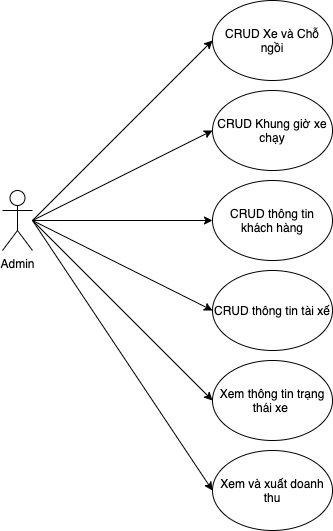
Above: uet_thesis/driver_usecase.png in EagleVee/flowchart (draw.io), before the change. Source tidied: cells renumbered, new cells last; positions are measured from the earlier drawing's top-left corner, leaving out a move shared by most shapes. Its diagram source:
```xml
<mxGraphModel>
  <root>
    <mxCell id="0" />
    <mxCell id="1" parent="0" />
    <mxCell id="2" value="Admin" style="shape=umlActor;verticalLabelPosition=bottom;verticalAlign=top;html=1;" parent="1" vertex="1">
      <mxGeometry y="190" width="30" height="60" as="geometry" />
    </mxCell>
    <mxCell id="3" value="CRUD Xe và Chỗ ngồi" style="ellipse;whiteSpace=wrap;html=1;" parent="1" vertex="1">
      <mxGeometry x="210" width="120" height="80" as="geometry" />
    </mxCell>
    <mxCell id="4" value="CRUD Khung giờ xe chạy" style="ellipse;whiteSpace=wrap;html=1;" parent="1" vertex="1">
      <mxGeometry x="210" y="90" width="120" height="80" as="geometry" />
    </mxCell>
    <mxCell id="5" value="CRUD thông tin khách hàng" style="ellipse;whiteSpace=wrap;html=1;" parent="1" vertex="1">
      <mxGeometry x="210" y="180" width="120" height="80" as="geometry" />
    </mxCell>
    <mxCell id="6" style="endArrow=classic;html=1;entryX=0;entryY=0.5;entryDx=0;entryDy=0;" parent="1" edge="1" target="3">
      <mxGeometry relative="1" as="geometry">
        <mxPoint x="30" y="220" as="sourcePoint" />
      </mxGeometry>
    </mxCell>
    <mxCell id="7" style="endArrow=classic;html=1;entryX=0;entryY=0.5;entryDx=0;entryDy=0;" parent="1" edge="1" target="4">
      <mxGeometry relative="1" as="geometry">
        <mxPoint x="30" y="220" as="sourcePoint" />
      </mxGeometry>
    </mxCell>
    <mxCell id="8" style="endArrow=classic;html=1;entryX=0;entryY=0.5;entryDx=0;entryDy=0;" parent="1" edge="1" target="5">
      <mxGeometry relative="1" as="geometry">
        <mxPoint x="30" y="220" as="sourcePoint" />
      </mxGeometry>
    </mxCell>
    <mxCell id="9" value="CRUD thông tin tài xế" style="ellipse;whiteSpace=wrap;html=1;" parent="1" vertex="1">
      <mxGeometry x="210" y="270" width="120" height="80" as="geometry" />
    </mxCell>
    <mxCell id="10" style="endArrow=classic;html=1;entryX=0;entryY=0.5;entryDx=0;entryDy=0;" parent="1" edge="1" target="9">
      <mxGeometry relative="1" as="geometry">
        <mxPoint x="30" y="220" as="sourcePoint" />
      </mxGeometry>
    </mxCell>
    <mxCell id="11" value="Xem thông tin trạng thái xe&amp;nbsp;" style="ellipse;whiteSpace=wrap;html=1;" parent="1" vertex="1">
      <mxGeometry x="210" y="360" width="120" height="80" as="geometry" />
    </mxCell>
    <mxCell id="12" style="endArrow=classic;html=1;entryX=0;entryY=0.5;entryDx=0;entryDy=0;" parent="1" edge="1" target="11">
      <mxGeometry relative="1" as="geometry">
        <mxPoint x="30" y="220" as="sourcePoint" />
      </mxGeometry>
    </mxCell>
    <mxCell id="13" value="Xem và xuất doanh thu" style="ellipse;whiteSpace=wrap;html=1;" parent="1" vertex="1">
      <mxGeometry x="210" y="450" width="120" height="80" as="geometry" />
    </mxCell>
    <mxCell id="14" style="endArrow=classic;html=1;entryX=0;entryY=0.5;entryDx=0;entryDy=0;" parent="1" edge="1" target="13">
      <mxGeometry relative="1" as="geometry">
        <mxPoint x="30" y="220" as="sourcePoint" />
      </mxGeometry>
    </mxCell>
  </root>
</mxGraphModel>
```
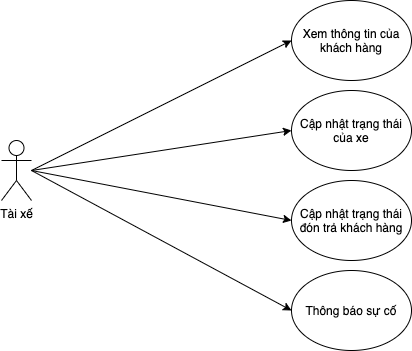
The same file after the commit.

Change to the diagram source:
```diff
@@ -2,56 +2,40 @@
   <root>
     <mxCell id="0" />
     <mxCell id="1" parent="0" />
-    <mxCell id="2" value="Admin" style="shape=umlActor;verticalLabelPosition=bottom;verticalAlign=top;html=1;" parent="1" vertex="1">
-      <mxGeometry y="190" width="30" height="60" as="geometry" />
+    <mxCell id="2" value="Tài xế" style="shape=umlActor;verticalLabelPosition=bottom;verticalAlign=top;html=1;" parent="1" vertex="1">
+      <mxGeometry x="-80" y="140" width="30" height="60" as="geometry" />
     </mxCell>
-    <mxCell id="3" value="CRUD Xe và Chỗ ngồi" style="ellipse;whiteSpace=wrap;html=1;" parent="1" vertex="1">
+    <mxCell id="3" value="Xem thông tin của khách hàng" style="ellipse;whiteSpace=wrap;html=1;" parent="1" vertex="1">
       <mxGeometry x="210" width="120" height="80" as="geometry" />
     </mxCell>
-    <mxCell id="4" value="CRUD Khung giờ xe chạy" style="ellipse;whiteSpace=wrap;html=1;" parent="1" vertex="1">
+    <mxCell id="4" value="Cập nhật trạng thái của xe" style="ellipse;whiteSpace=wrap;html=1;" parent="1" vertex="1">
       <mxGeometry x="210" y="90" width="120" height="80" as="geometry" />
     </mxCell>
-    <mxCell id="5" value="CRUD thông tin khách hàng" style="ellipse;whiteSpace=wrap;html=1;" parent="1" vertex="1">
+    <mxCell id="5" value="Cập nhật trạng thái đón trả khách hàng" style="ellipse;whiteSpace=wrap;html=1;" parent="1" vertex="1">
       <mxGeometry x="210" y="180" width="120" height="80" as="geometry" />
     </mxCell>
     <mxCell id="6" style="endArrow=classic;html=1;entryX=0;entryY=0.5;entryDx=0;entryDy=0;" parent="1" edge="1" target="3">
       <mxGeometry relative="1" as="geometry">
-        <mxPoint x="30" y="220" as="sourcePoint" />
+        <mxPoint x="-50" y="170" as="sourcePoint" />
       </mxGeometry>
     </mxCell>
     <mxCell id="7" style="endArrow=classic;html=1;entryX=0;entryY=0.5;entryDx=0;entryDy=0;" parent="1" edge="1" target="4">
       <mxGeometry relative="1" as="geometry">
-        <mxPoint x="30" y="220" as="sourcePoint" />
+        <mxPoint x="-50" y="170" as="sourcePoint" />
       </mxGeometry>
     </mxCell>
     <mxCell id="8" style="endArrow=classic;html=1;entryX=0;entryY=0.5;entryDx=0;entryDy=0;" parent="1" edge="1" target="5">
       <mxGeometry relative="1" as="geometry">
-        <mxPoint x="30" y="220" as="sourcePoint" />
+        <mxPoint x="-50" y="170" as="sourcePoint" />
       </mxGeometry>
     </mxCell>
-    <mxCell id="9" value="CRUD thông tin tài xế" style="ellipse;whiteSpace=wrap;html=1;" parent="1" vertex="1">
+    <mxCell id="9" value="Thông báo sự cố" style="ellipse;whiteSpace=wrap;html=1;" parent="1" vertex="1">
       <mxGeometry x="210" y="270" width="120" height="80" as="geometry" />
     </mxCell>
     <mxCell id="10" style="endArrow=classic;html=1;entryX=0;entryY=0.5;entryDx=0;entryDy=0;" parent="1" edge="1" target="9">
       <mxGeometry relative="1" as="geometry">
-        <mxPoint x="30" y="220" as="sourcePoint" />
+        <mxPoint x="-50" y="170" as="sourcePoint" />
       </mxGeometry>
     </mxCell>
-    <mxCell id="11" value="Xem thông tin trạng thái xe&amp;nbsp;" style="ellipse;whiteSpace=wrap;html=1;" parent="1" vertex="1">
-      <mxGeometry x="210" y="360" width="120" height="80" as="geometry" />
-    </mxCell>
-    <mxCell id="12" style="endArrow=classic;html=1;entryX=0;entryY=0.5;entryDx=0;entryDy=0;" parent="1" edge="1" target="11">
-      <mxGeometry relative="1" as="geometry">
-        <mxPoint x="30" y="220" as="sourcePoint" />
-      </mxGeometry>
-    </mxCell>
-    <mxCell id="13" value="Xem và xuất doanh thu" style="ellipse;whiteSpace=wrap;html=1;" parent="1" vertex="1">
-      <mxGeometry x="210" y="450" width="120" height="80" as="geometry" />
-    </mxCell>
-    <mxCell id="14" style="endArrow=classic;html=1;entryX=0;entryY=0.5;entryDx=0;entryDy=0;" parent="1" edge="1" target="13">
-      <mxGeometry relative="1" as="geometry">
-        <mxPoint x="30" y="220" as="sourcePoint" />
-      </mxGeometry>
-    </mxCell>
   </root>
 </mxGraphModel>
```
